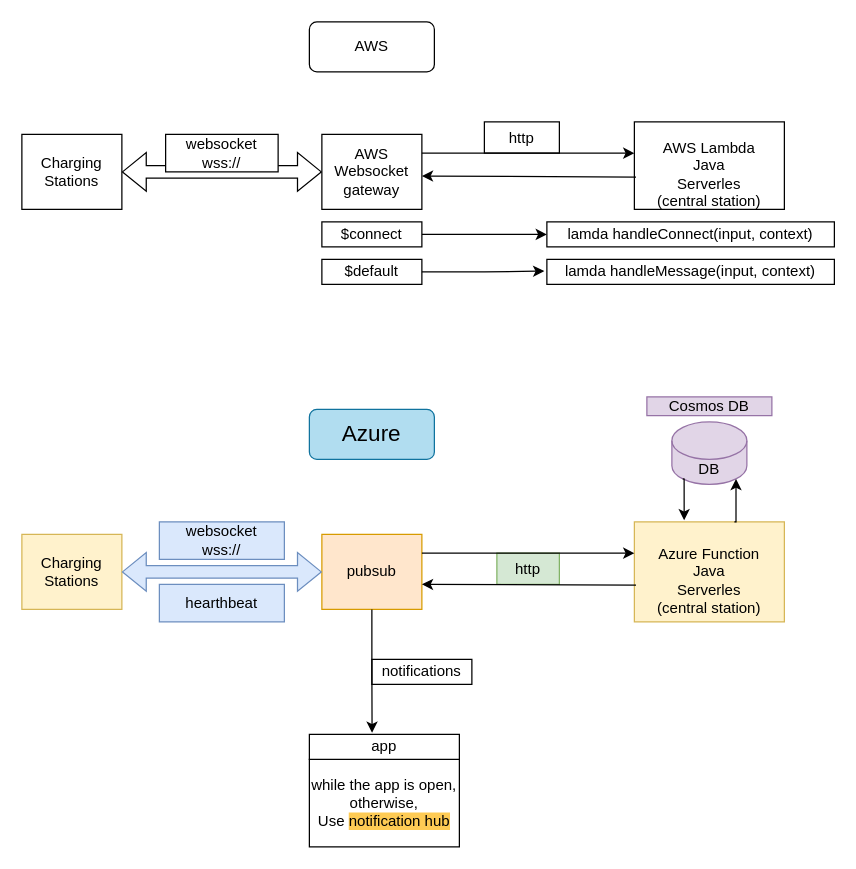
The draw.io diagram Azure.drawio in stefanszeke/diargrams_io, before the edit. Source tidied: cells renumbered, new cells numbered last; positions are measured from the earlier drawing's top-left corner, leaving out a move shared by most shapes. Both pictures are drawn from the tidied source at 125%, with x=0, y=0 at pixel (21, 21).
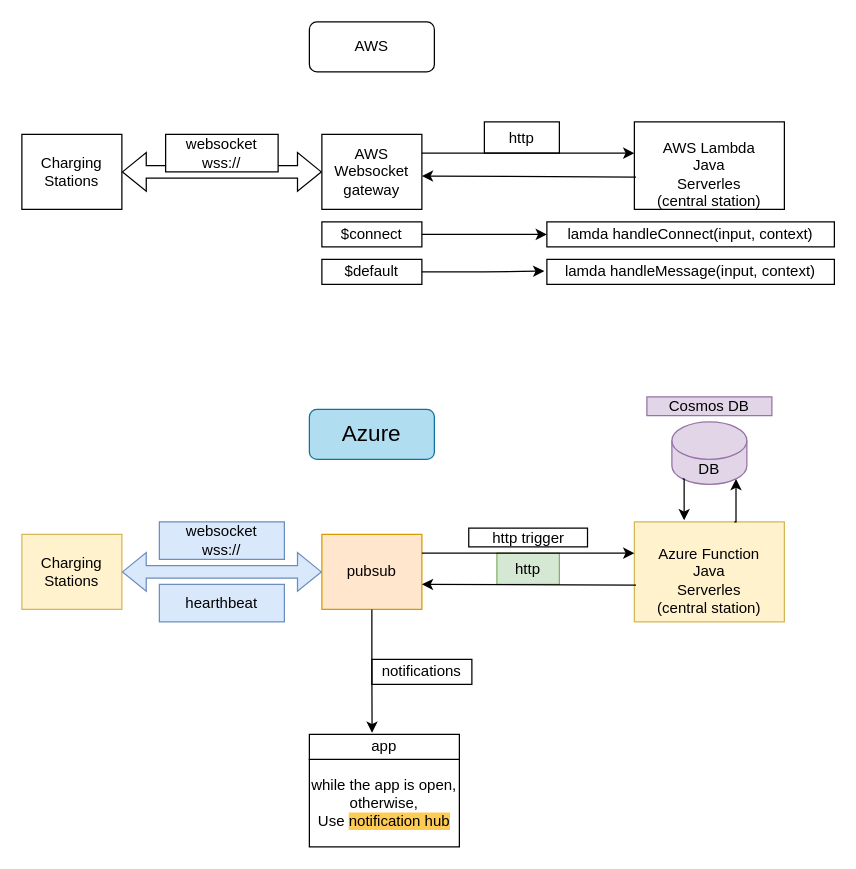
Above is the later version.

Change to the diagram source:
```diff
@@
+    <mxCell id="35" value="http trigger" style="rounded=0;whiteSpace=wrap;html=1;" parent="1" vertex="1">
+      <mxGeometry x="357.5" y="405" width="95" height="15" as="geometry" />
+    </mxCell>
```
